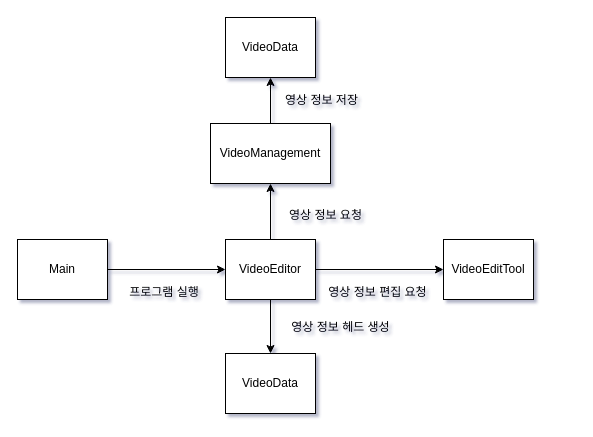
The draw.io diagram page "Page-4" (4 of 4) of Untitled Diagram.drawio in ikjo93/Class-Diagram, before the edit. Source tidied: cells renumbered, new cells numbered last; positions are measured from the earlier drawing's top-left corner, leaving out a move shared by most shapes. Both pictures are drawn from the tidied source at 100%, with x=0, y=0 at pixel (17, 17).
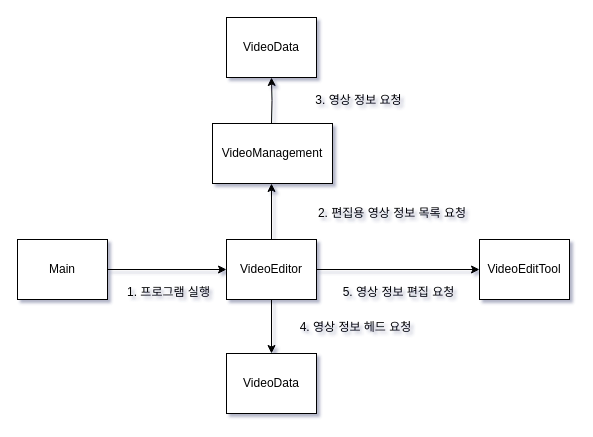
Above is the later version.

Diff of the diagram source:
```diff
@@
 <mxGraphModel shadow="1">
   <root>
     <mxCell id="0" />
     <mxCell id="1" parent="0" />
     <mxCell id="2" style="edgeStyle=orthogonalEdgeStyle;rounded=0;jettySize=auto;html=1;" parent="1" edge="1" source="3" target="7">
       <mxGeometry relative="1" as="geometry" />
     </mxCell>
     <mxCell id="3" value="Main" style="rounded=0;whiteSpace=wrap;html=1;" parent="1" vertex="1">
       <mxGeometry y="222" width="90" height="60" as="geometry" />
     </mxCell>
     <mxCell id="4" style="edgeStyle=orthogonalEdgeStyle;rounded=0;jettySize=auto;html=1;" parent="1" edge="1" source="7" target="10">
       <mxGeometry relative="1" as="geometry" />
     </mxCell>
-    <mxCell id="5" style="edgeStyle=orthogonalEdgeStyle;rounded=0;jettySize=auto;html=1;" parent="1" edge="1" source="7" target="9">
-      <mxGeometry relative="1" as="geometry" />
+    <mxCell id="5" style="edgeStyle=orthogonalEdgeStyle;rounded=0;jettySize=auto;html=1;" parent="1" edge="1" source="7">
+      <mxGeometry relative="1" as="geometry">
+        <mxPoint x="254" y="166" as="targetPoint" />
+      </mxGeometry>
     </mxCell>
     <mxCell id="6" style="edgeStyle=orthogonalEdgeStyle;rounded=0;jettySize=auto;html=1;" parent="1" edge="1" source="7" target="16">
       <mxGeometry relative="1" as="geometry" />
     </mxCell>
     <mxCell id="7" value="VideoEditor" style="rounded=0;whiteSpace=wrap;html=1;" parent="1" vertex="1">
-      <mxGeometry x="208" y="222" width="90" height="60" as="geometry" />
+      <mxGeometry x="209" y="222" width="90" height="60" as="geometry" />
     </mxCell>
-    <mxCell id="8" style="edgeStyle=orthogonalEdgeStyle;rounded=0;jettySize=auto;html=1;" parent="1" edge="1" source="9" target="14">
-      <mxGeometry relative="1" as="geometry" />
+    <mxCell id="8" style="edgeStyle=orthogonalEdgeStyle;rounded=0;jettySize=auto;html=1;" parent="1" edge="1" target="14">
+      <mxGeometry relative="1" as="geometry">
+        <mxPoint x="254" y="106" as="sourcePoint" />
+      </mxGeometry>
     </mxCell>
     <mxCell id="9" value="VideoManagement" style="rounded=0;whiteSpace=wrap;html=1;" parent="1" vertex="1">
-      <mxGeometry x="193" y="106" width="120" height="60" as="geometry" />
+      <mxGeometry x="195" y="106" width="120" height="60" as="geometry" />
     </mxCell>
     <mxCell id="10" value="VideoEditTool" style="rounded=0;whiteSpace=wrap;html=1;" parent="1" vertex="1">
-      <mxGeometry x="426" y="222" width="90" height="60" as="geometry" />
+      <mxGeometry x="462" y="222" width="90" height="60" as="geometry" />
     </mxCell>
-    <mxCell id="11" value="영상 정보 요청" style="text;html=1;strokeColor=none;fillColor=none;align=center;verticalAlign=middle;whiteSpace=wrap;rounded=0;" parent="1" vertex="1">
-      <mxGeometry x="261" y="183" width="95" height="30" as="geometry" />
+    <mxCell id="11" value="2. 편집용 영상 정보 목록 요청" style="text;html=1;strokeColor=none;fillColor=none;align=center;verticalAlign=middle;whiteSpace=wrap;rounded=0;" parent="1" vertex="1">
+      <mxGeometry x="262" y="181" width="226" height="30" as="geometry" />
     </mxCell>
-    <mxCell id="12" value="영상 정보 편집 요청" style="text;html=1;strokeColor=none;fillColor=none;align=center;verticalAlign=middle;whiteSpace=wrap;rounded=0;" parent="1" vertex="1">
-      <mxGeometry x="304" y="260" width="113" height="30" as="geometry" />
+    <mxCell id="12" value="5. 영상 정보 편집 요청" style="text;html=1;strokeColor=none;fillColor=none;align=center;verticalAlign=middle;whiteSpace=wrap;rounded=0;" parent="1" vertex="1">
+      <mxGeometry x="314" y="260" width="135" height="30" as="geometry" />
     </mxCell>
-    <mxCell id="13" value="프로그램 실행" style="text;html=1;strokeColor=none;fillColor=none;align=center;verticalAlign=middle;whiteSpace=wrap;rounded=0;" parent="1" vertex="1">
-      <mxGeometry x="106" y="260" width="82" height="30" as="geometry" />
+    <mxCell id="13" value="1. 프로그램 실행" style="text;html=1;strokeColor=none;fillColor=none;align=center;verticalAlign=middle;whiteSpace=wrap;rounded=0;" parent="1" vertex="1">
+      <mxGeometry x="106" y="260" width="91" height="30" as="geometry" />
     </mxCell>
     <mxCell id="14" value="VideoData" style="rounded=0;whiteSpace=wrap;html=1;" parent="1" vertex="1">
-      <mxGeometry x="208" width="90" height="60" as="geometry" />
+      <mxGeometry x="209" width="90" height="60" as="geometry" />
     </mxCell>
-    <mxCell id="15" value="영상 정보 저장" style="text;html=1;strokeColor=none;fillColor=none;align=center;verticalAlign=middle;whiteSpace=wrap;rounded=0;" parent="1" vertex="1">
-      <mxGeometry x="257" y="68" width="95" height="30" as="geometry" />
+    <mxCell id="15" value="3. 영상 정보 요청" style="text;html=1;strokeColor=none;fillColor=none;align=center;verticalAlign=middle;whiteSpace=wrap;rounded=0;" parent="1" vertex="1">
+      <mxGeometry x="258" y="68" width="167" height="30" as="geometry" />
     </mxCell>
     <mxCell id="16" value="VideoData" style="rounded=0;whiteSpace=wrap;html=1;" parent="1" vertex="1">
-      <mxGeometry x="208" y="336" width="90" height="60" as="geometry" />
+      <mxGeometry x="209" y="336" width="90" height="60" as="geometry" />
     </mxCell>
-    <mxCell id="17" value="영상 정보 헤드 생성" style="text;html=1;strokeColor=none;fillColor=none;align=center;verticalAlign=middle;whiteSpace=wrap;rounded=0;" parent="1" vertex="1">
-      <mxGeometry x="264" y="295" width="119" height="30" as="geometry" />
+    <mxCell id="17" value="4. 영상 정보 헤드 요청" style="text;html=1;strokeColor=none;fillColor=none;align=center;verticalAlign=middle;whiteSpace=wrap;rounded=0;" parent="1" vertex="1">
+      <mxGeometry x="259" y="295" width="159" height="30" as="geometry" />
     </mxCell>
   </root>
 </mxGraphModel>
```
